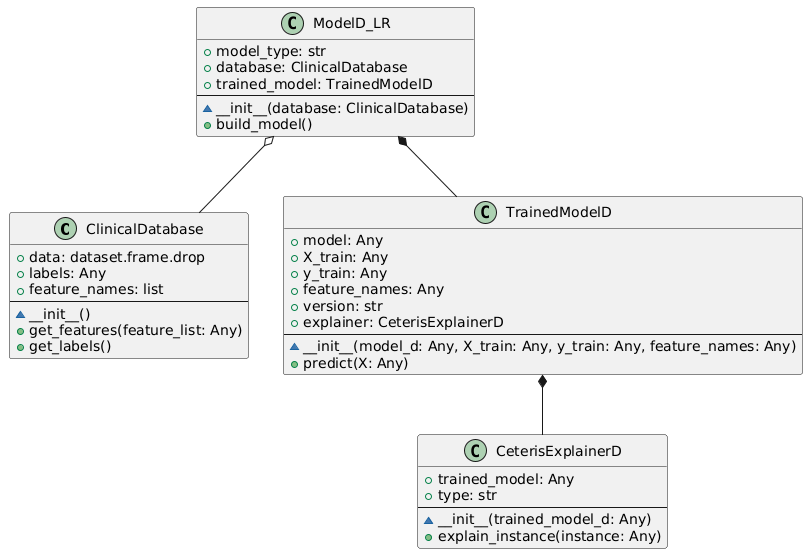
Before: Other examples/RF + Ceteris/clinical_ceteris_UMLOOModeler_diagram.png, a diagram exported from PlantUML (miklotovx/UMLOOModeler). Source of this version:
```plantuml
@startuml

class "ClinicalDatabase" {
  + data: dataset.frame.drop
  + labels: Any
  + feature_names: list
  --
  ~ __init__()
  + get_features(feature_list: Any)
  + get_labels()
}

class "ModelD_LR" {
  + model_type: str
  + database: ClinicalDatabase
  + trained_model: TrainedModelD
  --
  ~ __init__(database: ClinicalDatabase)
  + build_model()
}

class "TrainedModelD" {
  + model: Any
  + X_train: Any
  + y_train: Any
  + feature_names: Any
  + version: str
  + explainer: CeterisExplainerD
  --
  ~ __init__(model_d: Any, X_train: Any, y_train: Any, feature_names: Any)
  + predict(X: Any)
}

class "CeterisExplainerD" {
  + trained_model: Any
  + type: str
  --
  ~ __init__(trained_model_d: Any)
  + explain_instance(instance: Any)
}

ModelD_LR *-- TrainedModelD
TrainedModelD *-- CeterisExplainerD
ModelD_LR o-- ClinicalDatabase
@enduml
```
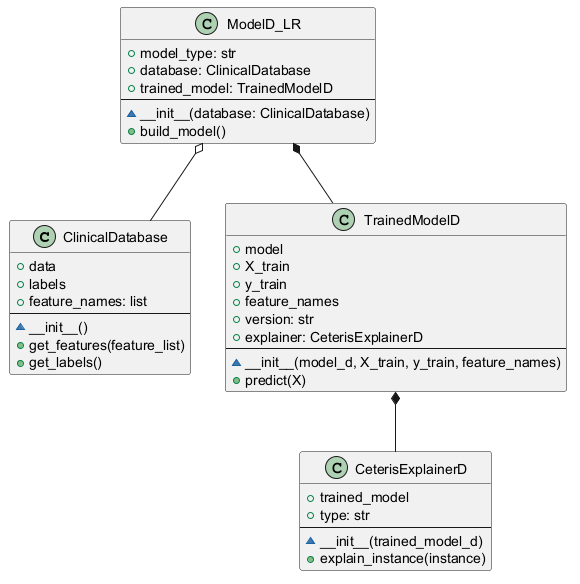
After the commit.

Diff of the diagram source:
```diff
@@ -1,12 +1,12 @@
 @startuml
 
 class "ClinicalDatabase" {
-  + data: dataset.frame.drop
-  + labels: Any
+  + data
+  + labels
   + feature_names: list
   --
   ~ __init__()
-  + get_features(feature_list: Any)
+  + get_features(feature_list)
   + get_labels()
 }
 
@@ -20,23 +20,23 @@
 }
 
 class "TrainedModelD" {
-  + model: Any
-  + X_train: Any
-  + y_train: Any
-  + feature_names: Any
+  + model
+  + X_train
+  + y_train
+  + feature_names
   + version: str
   + explainer: CeterisExplainerD
   --
-  ~ __init__(model_d: Any, X_train: Any, y_train: Any, feature_names: Any)
-  + predict(X: Any)
+  ~ __init__(model_d, X_train, y_train, feature_names)
+  + predict(X)
 }
 
 class "CeterisExplainerD" {
-  + trained_model: Any
+  + trained_model
   + type: str
   --
-  ~ __init__(trained_model_d: Any)
-  + explain_instance(instance: Any)
+  ~ __init__(trained_model_d)
+  + explain_instance(instance)
 }
 
 ModelD_LR *-- TrainedModelD
```
